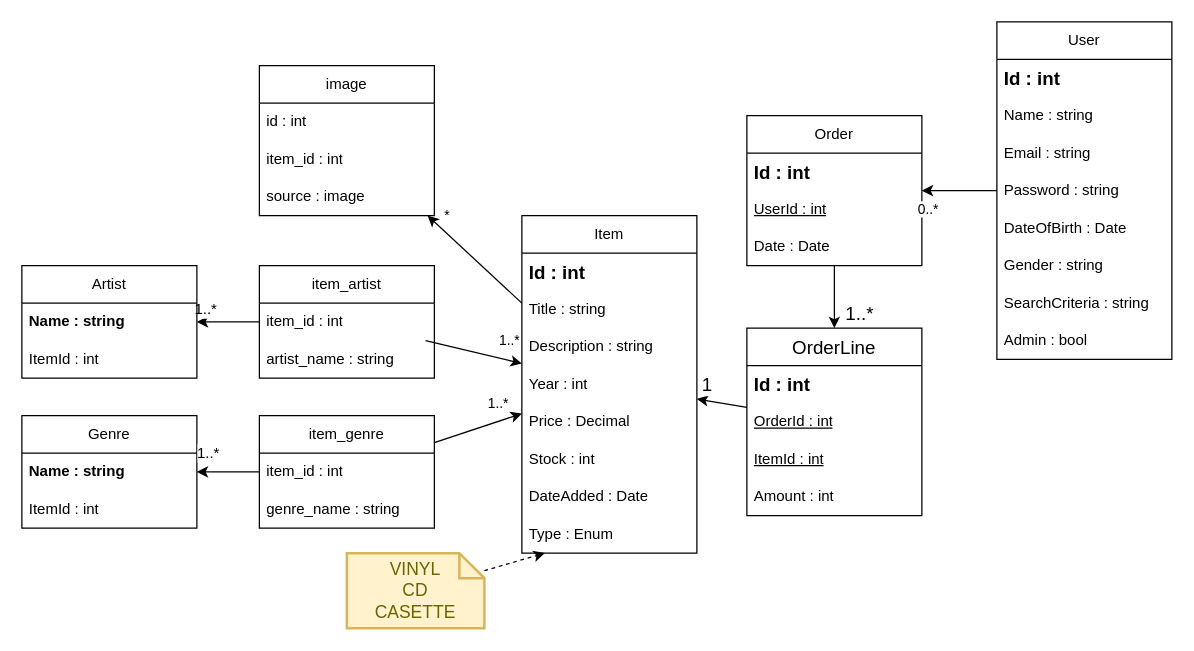
Before: diagrams/ERD.drawio in JochemGrootherder/educom-webshop-runtime-records, a draw.io diagram. Source tidied: cells renumbered, new cells numbered last; positions are measured from the earlier drawing's top-left corner, leaving out a move shared by most shapes. Both pictures are drawn from the tidied source at 125%, with x=0, y=0 at pixel (21, 21).
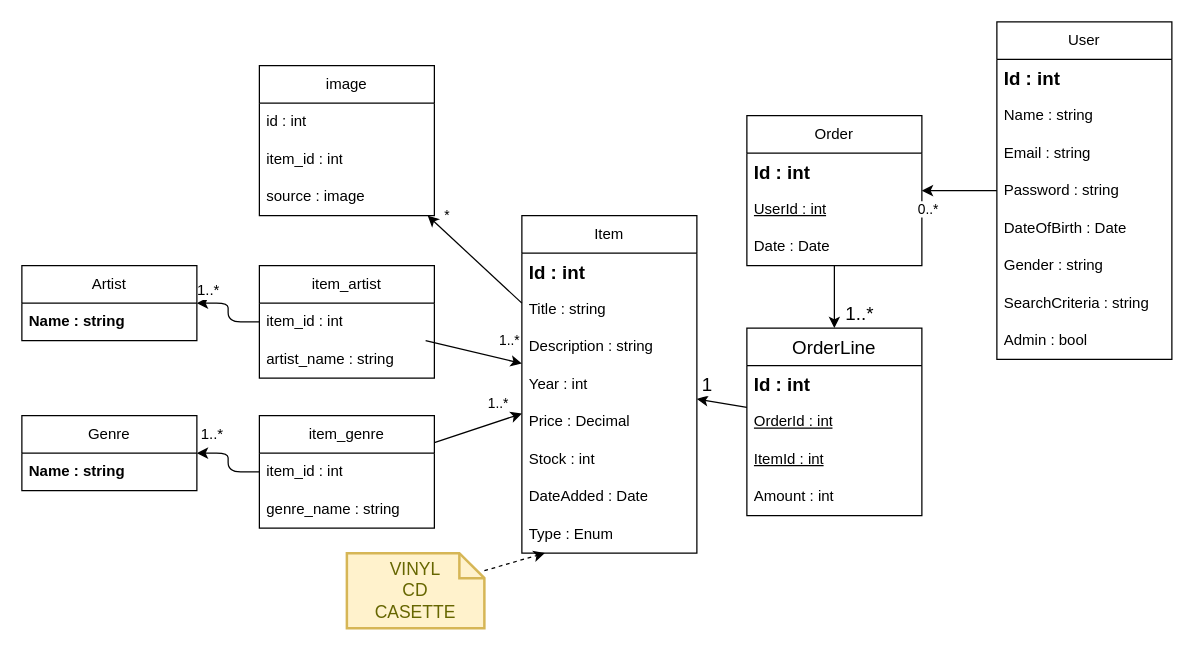
After the change.

The edit, as a diff of the source:
```diff
@@
     <mxCell id="36" value="Artist" style="swimlane;fontStyle=0;horizontal=1;startSize=30;whiteSpace=wrap;html=1;fontSize=12;" parent="1" vertex="1">
-      <mxGeometry y="195" width="140" height="90" as="geometry" />
+      <mxGeometry y="195" width="140" height="60" as="geometry" />
     </mxCell>
@@
-    <mxCell id="38" value="ItemId : int" style="text;strokeColor=none;fillColor=none;align=left;verticalAlign=middle;spacingLeft=4;spacingRight=4;overflow=hidden;whiteSpace=wrap;html=1;" parent="36" vertex="1">
-      <mxGeometry y="60" width="140" height="30" as="geometry" />
-    </mxCell>
     <mxCell id="39" value="Genre" style="swimlane;fontStyle=0;horizontal=1;startSize=30;whiteSpace=wrap;html=1;fontSize=12;" parent="1" vertex="1">
-      <mxGeometry y="315" width="140" height="90" as="geometry" />
+      <mxGeometry y="315" width="140" height="60" as="geometry" />
     </mxCell>
@@
-    <mxCell id="41" value="ItemId : int" style="text;strokeColor=none;fillColor=none;align=left;verticalAlign=middle;spacingLeft=4;spacingRight=4;overflow=hidden;whiteSpace=wrap;html=1;" parent="39" vertex="1">
-      <mxGeometry y="60" width="140" height="30" as="geometry" />
-    </mxCell>
```
